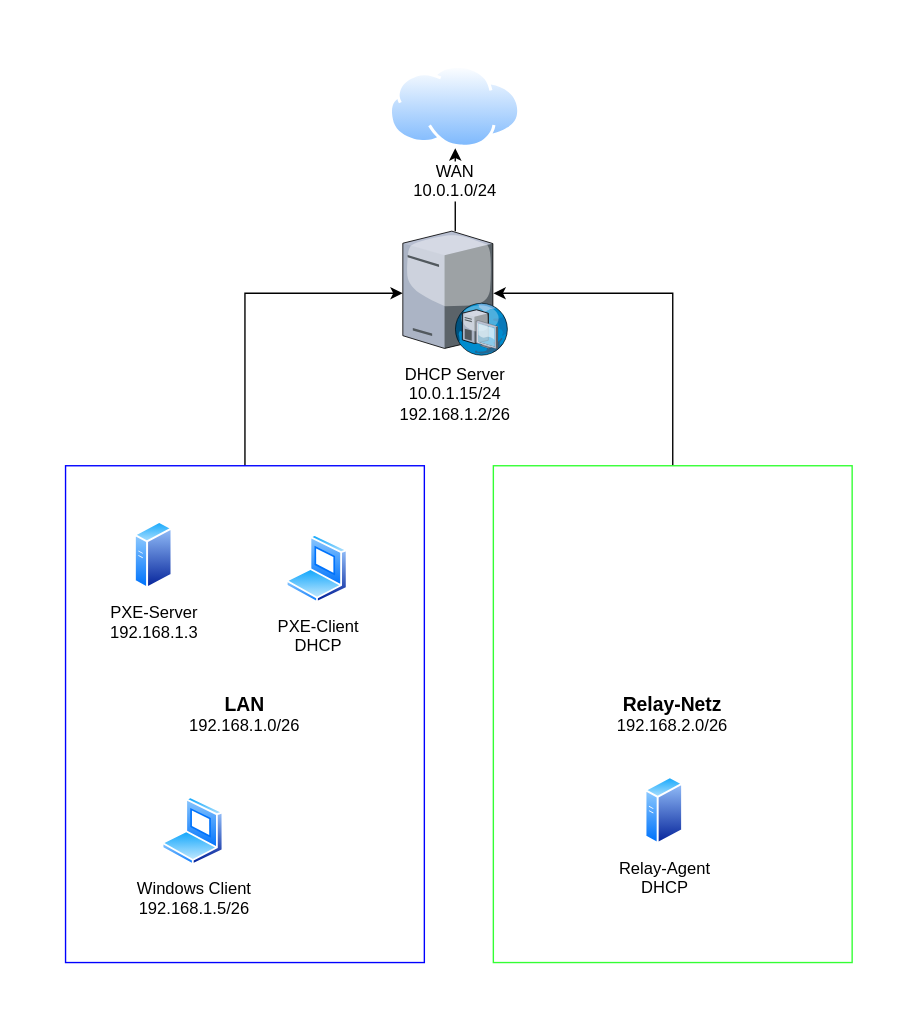
Before: docs/drawio/plan.drawio in Sephley/docs, a draw.io diagram. Source tidied: cells renumbered, new cells numbered last; positions are measured from the earlier drawing's top-left corner, leaving out a move shared by most shapes. Both pictures are drawn from the tidied source at 138%, with x=0, y=0 at pixel (23, 23).
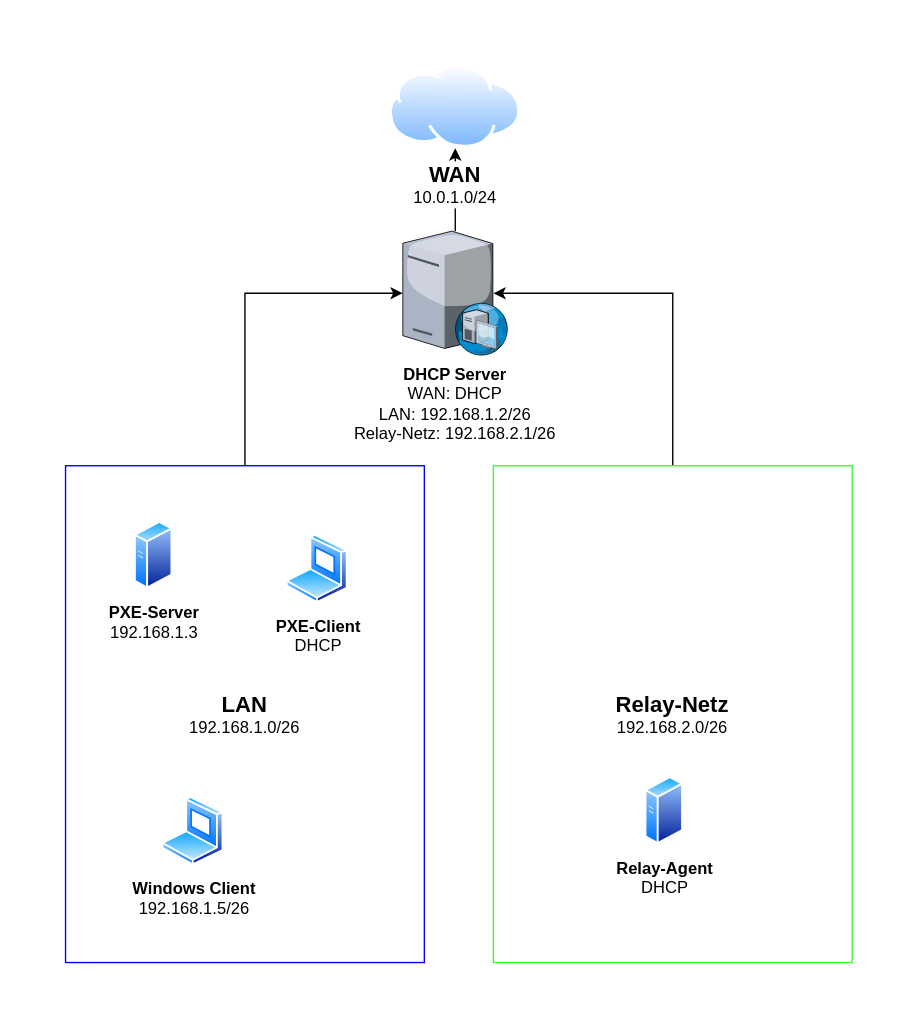
The same page after the edit.

What changed in the source:
```diff
@@
 <mxGraphModel>
   <root>
     <mxCell id="0" />
     <mxCell id="1" parent="0" />
     <mxCell id="2" style="rounded=0;whiteSpace=wrap;html=1;strokeColor=none;" parent="1" vertex="1">
       <mxGeometry width="630" height="700" as="geometry" />
     </mxCell>
     <mxCell id="3" style="edgeStyle=orthogonalEdgeStyle;rounded=0;jettySize=auto;html=1;" parent="1" edge="1" source="4" target="6">
       <mxGeometry relative="1" as="geometry">
         <Array as="points">
           <mxPoint x="160" y="195" />
         </Array>
       </mxGeometry>
     </mxCell>
-    <mxCell id="4" value="&lt;font style=&quot;font-size: 14px;&quot;&gt;&lt;b&gt;LAN&lt;/b&gt;&lt;/font&gt;&lt;div&gt;192.168.1.0/26&lt;/div&gt;" style="rounded=0;whiteSpace=wrap;html=1;strokeColor=#0000FF;fillColor=none;" parent="1" vertex="1">
+    <mxCell id="4" value="&lt;font size=&quot;1&quot; style=&quot;&quot;&gt;&lt;b style=&quot;font-size: 16px;&quot;&gt;LAN&lt;/b&gt;&lt;/font&gt;&lt;div&gt;192.168.1.0/26&lt;/div&gt;" style="rounded=0;whiteSpace=wrap;html=1;strokeColor=#0000FF;fillColor=none;" parent="1" vertex="1">
       <mxGeometry x="30" y="320" width="260" height="360" as="geometry" />
     </mxCell>
     <mxCell id="5" style="edgeStyle=orthogonalEdgeStyle;rounded=0;jettySize=auto;html=1;" parent="1" edge="1" source="6" target="9">
       <mxGeometry relative="1" as="geometry" />
     </mxCell>
-    <mxCell id="6" value="DHCP Server&lt;div&gt;10.0.1.15/24&lt;/div&gt;&lt;div&gt;192.168.1.2/26&lt;/div&gt;" style="verticalLabelPosition=bottom;sketch=0;html=1;verticalAlign=top;strokeColor=none;align=center;outlineConnect=0;shape=mxgraph.citrix.dhcp_server;" parent="1" vertex="1">
+    <mxCell id="6" value="&lt;b&gt;DHCP Server&lt;/b&gt;&lt;div&gt;WAN: DHCP&lt;/div&gt;&lt;div&gt;LAN: 192.168.1.2/26&lt;/div&gt;&lt;div&gt;Relay-Netz: 192.168.2.1/26&lt;/div&gt;" style="verticalLabelPosition=bottom;sketch=0;html=1;verticalAlign=top;strokeColor=none;align=center;outlineConnect=0;shape=mxgraph.citrix.dhcp_server;" parent="1" vertex="1">
       <mxGeometry x="274.4" y="150" width="76" height="90" as="geometry" />
     </mxCell>
-    <mxCell id="7" value="Windows Client&lt;br&gt;192.168.1.5/26" style="image;perimeter=ellipsePerimeter;html=1;align=center;shadow=0;dashed=0;spacingTop=3;image=img/lib/active_directory/laptop_client.svg;" parent="1" vertex="1">
+    <mxCell id="7" value="&lt;b&gt;Windows Client&lt;/b&gt;&lt;br&gt;192.168.1.5/26" style="image;perimeter=ellipsePerimeter;html=1;align=center;shadow=0;dashed=0;spacingTop=3;image=img/lib/active_directory/laptop_client.svg;" parent="1" vertex="1">
       <mxGeometry x="100" y="560" width="45" height="50" as="geometry" />
     </mxCell>
-    <mxCell id="8" value="PXE-Server&lt;div&gt;192.168.1.3&lt;/div&gt;" style="image;perimeter=ellipsePerimeter;html=1;align=center;shadow=0;dashed=0;spacingTop=3;image=img/lib/active_directory/generic_server.svg;" parent="1" vertex="1">
+    <mxCell id="8" value="&lt;b&gt;PXE-Server&lt;/b&gt;&lt;div&gt;192.168.1.3&lt;/div&gt;" style="image;perimeter=ellipsePerimeter;html=1;align=center;shadow=0;dashed=0;spacingTop=3;image=img/lib/active_directory/generic_server.svg;" parent="1" vertex="1">
       <mxGeometry x="80" y="360" width="28" height="50" as="geometry" />
     </mxCell>
-    <mxCell id="9" value="WAN&lt;div&gt;10.0.1.0/24&lt;/div&gt;" style="image;perimeter=ellipsePerimeter;html=1;align=center;shadow=0;dashed=0;spacingTop=3;image=img/lib/active_directory/internet_cloud.svg;" parent="1" vertex="1">
+    <mxCell id="9" value="&lt;b&gt;&lt;font style=&quot;font-size: 16px;&quot;&gt;WAN&lt;/font&gt;&lt;/b&gt;&lt;div&gt;10.0.1.0/24&lt;/div&gt;" style="image;perimeter=ellipsePerimeter;html=1;align=center;shadow=0;dashed=0;spacingTop=3;image=img/lib/active_directory/internet_cloud.svg;" parent="1" vertex="1">
       <mxGeometry x="264.8" y="30" width="95.2" height="60" as="geometry" />
     </mxCell>
-    <mxCell id="10" value="PXE-Client&lt;div&gt;DHCP&lt;/div&gt;" style="image;perimeter=ellipsePerimeter;html=1;align=center;shadow=0;dashed=0;spacingTop=3;image=img/lib/active_directory/laptop_client.svg;" parent="1" vertex="1">
+    <mxCell id="10" value="&lt;b&gt;PXE-Client&lt;/b&gt;&lt;div&gt;DHCP&lt;/div&gt;" style="image;perimeter=ellipsePerimeter;html=1;align=center;shadow=0;dashed=0;spacingTop=3;image=img/lib/active_directory/laptop_client.svg;" parent="1" vertex="1">
       <mxGeometry x="190" y="370" width="45" height="50" as="geometry" />
     </mxCell>
     <mxCell id="11" style="edgeStyle=orthogonalEdgeStyle;rounded=0;jettySize=auto;html=1;entryX=0.863;entryY=0.5;entryDx=0;entryDy=0;entryPerimeter=0;" parent="1" edge="1" source="12" target="6">
       <mxGeometry relative="1" as="geometry">
         <Array as="points">
           <mxPoint x="470" y="195" />
         </Array>
       </mxGeometry>
     </mxCell>
-    <mxCell id="12" value="&lt;span style=&quot;font-size: 14px;&quot;&gt;&lt;b&gt;Relay-Netz&lt;/b&gt;&lt;/span&gt;&lt;br&gt;&lt;div&gt;192.168.2.0/26&lt;/div&gt;" style="rounded=0;whiteSpace=wrap;html=1;strokeColor=#33FF33;fillColor=none;" parent="1" vertex="1">
+    <mxCell id="12" value="&lt;b style=&quot;&quot;&gt;&lt;font style=&quot;font-size: 16px;&quot;&gt;Relay-Netz&lt;/font&gt;&lt;/b&gt;&lt;br&gt;&lt;div&gt;192.168.2.0/26&lt;/div&gt;" style="rounded=0;whiteSpace=wrap;html=1;strokeColor=#33FF33;fillColor=none;" parent="1" vertex="1">
       <mxGeometry x="340" y="320" width="260" height="360" as="geometry" />
     </mxCell>
-    <mxCell id="13" value="Relay-Agent&lt;div&gt;DHCP&lt;/div&gt;" style="image;perimeter=ellipsePerimeter;html=1;align=center;shadow=0;dashed=0;spacingTop=3;image=img/lib/active_directory/generic_server.svg;" parent="1" vertex="1">
+    <mxCell id="13" value="&lt;b&gt;Relay-Agent&lt;/b&gt;&lt;div&gt;DHCP&lt;/div&gt;" style="image;perimeter=ellipsePerimeter;html=1;align=center;shadow=0;dashed=0;spacingTop=3;image=img/lib/active_directory/generic_server.svg;" parent="1" vertex="1">
       <mxGeometry x="450" y="545" width="28" height="50" as="geometry" />
     </mxCell>
   </root>
 </mxGraphModel>
```
